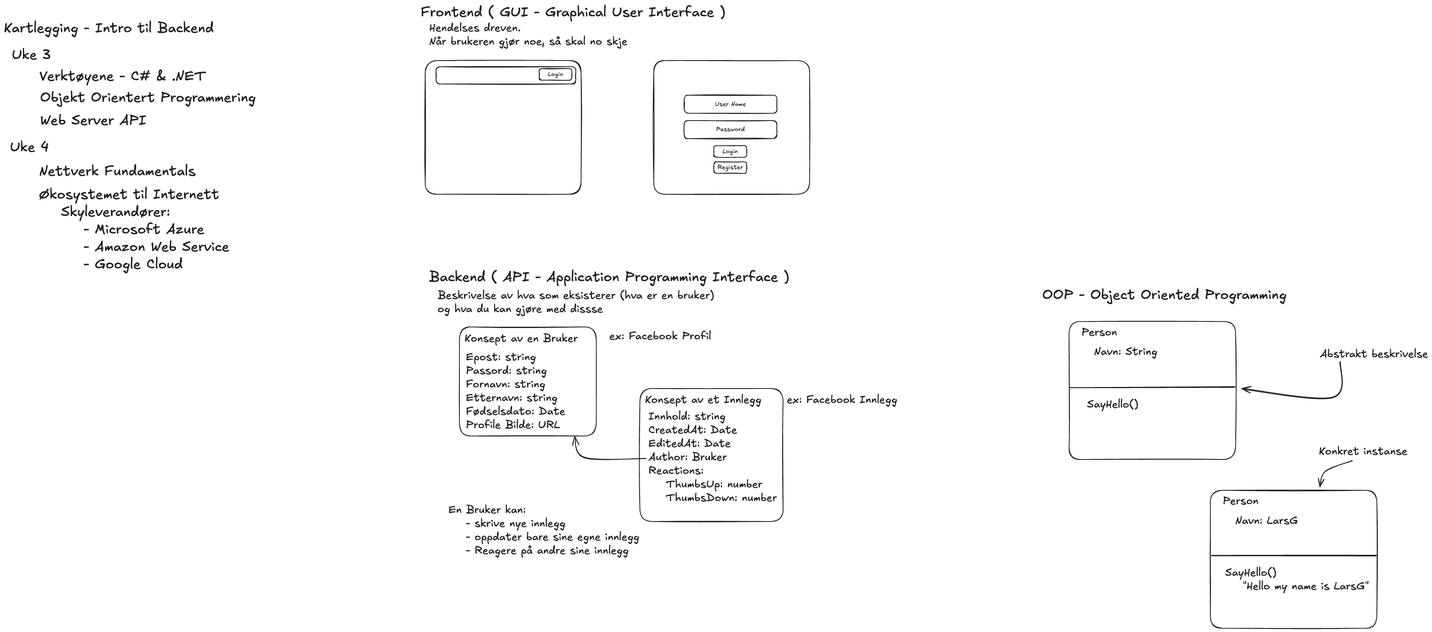
Before: docs/backend-introduction.excalidraw.png, a diagram exported from Excalidraw (LarsGJobloop/2025-11-17-kartlegging). Source tidied: one line per element, renumbered; positions are measured from the earlier drawing's top-left corner, leaving out a move shared by most shapes. Its diagram source:
```json
{"id": 0, "type": "text", "text": "Kartlegging - Intro til Backend", "strokeColor": "#1e1e1e", "strokeWidth": 2, "roughness": 1, "fontSize": 36, "fontFamily": 5, "x": 0, "y": 42, "width": 542, "height": 45}
{"id": 1, "type": "text", "text": "Uke 3", "strokeColor": "#1e1e1e", "strokeWidth": 2, "roughness": 1, "fontSize": 36, "fontFamily": 5, "x": 21, "y": 110, "width": 101, "height": 45}
{"id": 2, "type": "text", "text": "Verktøyene - C# & .NET", "strokeColor": "#1e1e1e", "strokeWidth": 2, "roughness": 1, "fontSize": 36, "fontFamily": 5, "x": 92, "y": 165, "width": 430, "height": 45}
{"id": 3, "type": "text", "text": "Nettverk Fundamentals", "strokeColor": "#1e1e1e", "strokeWidth": 2, "roughness": 1, "fontSize": 36, "fontFamily": 5, "x": 91, "y": 411, "width": 404, "height": 45}
{"id": 4, "type": "text", "text": "Økosystemet til Internett\n    Skyleverandører:\n        - Microsoft Azure\n        - Amazon Web Service\n        - Google Cloud", "strokeColor": "#1e1e1e", "strokeWidth": 2, "roughness": 1, "fontSize": 36, "fontFamily": 5, "x": 90, "y": 470, "width": 492, "height": 225}
{"id": 5, "type": "text", "text": "Objekt Orientert Programmering", "strokeColor": "#1e1e1e", "strokeWidth": 2, "roughness": 1, "fontSize": 36, "fontFamily": 5, "x": 94, "y": 220, "width": 556, "height": 45}
{"id": 6, "type": "text", "text": "Web Server API", "strokeColor": "#1e1e1e", "strokeWidth": 2, "roughness": 1, "fontSize": 36, "fontFamily": 5, "x": 94, "y": 280, "width": 274, "height": 45}
{"id": 7, "type": "text", "text": "Uke 4", "strokeColor": "#1e1e1e", "strokeWidth": 2, "roughness": 1, "fontSize": 36, "fontFamily": 5, "x": 16, "y": 348, "width": 100, "height": 45}
{"id": 8, "type": "rectangle", "strokeColor": "#1e1e1e", "strokeWidth": 2, "roughness": 1, "round": true, "x": 1087, "y": 146, "width": 402, "height": 345}
{"id": 9, "type": "rectangle", "strokeColor": "#1e1e1e", "strokeWidth": 2, "roughness": 1, "round": true, "x": 1677, "y": 146, "width": 402, "height": 345}
{"id": 10, "type": "text", "text": "Frontend ( GUI - Graphical User Interface )", "strokeColor": "#1e1e1e", "strokeWidth": 2, "roughness": 1, "fontSize": 36, "fontFamily": 5, "x": 1075, "y": 0, "width": 786, "height": 45}
{"id": 11, "type": "text", "text": "Backend ( API - Application Programming Interface )", "strokeColor": "#1e1e1e", "strokeWidth": 2, "roughness": 1, "fontSize": 36, "fontFamily": 5, "x": 1097, "y": 684, "width": 929, "height": 45}
{"id": 12, "type": "text", "text": "OOP - Object Oriented Programming", "strokeColor": "#1e1e1e", "strokeWidth": 2, "roughness": 1, "fontSize": 36, "fontFamily": 5, "x": 2679, "y": 729, "width": 630, "height": 45}
{"id": 13, "type": "text", "text": "Hendelses dreven.\nNår brukeren gjør noe, så skal no skje", "strokeColor": "#1e1e1e", "strokeWidth": 2, "roughness": 1, "fontSize": 28, "fontFamily": 5, "x": 1097, "y": 45, "width": 511, "height": 70}
{"id": 14, "type": "text", "text": "Beskrivelse av hva som eksisterer (hva er en bruker)\nog hva du kan gjøre med dissse", "strokeColor": "#1e1e1e", "strokeWidth": 2, "roughness": 1, "fontSize": 28, "fontFamily": 5, "x": 1119, "y": 735, "width": 714, "height": 70}
{"id": 15, "type": "text", "text": "En Bruker kan:\n    - skrive nye innlegg\n    - oppdater bare sine egne innlegg\n    - Reagere på andre sine innlegg", "strokeColor": "#1e1e1e", "strokeWidth": 2, "roughness": 1, "fontSize": 28, "fontFamily": 5, "x": 1147, "y": 1288, "width": 493, "height": 140}
{"id": 16, "type": "rectangle", "strokeColor": "#1e1e1e", "strokeWidth": 2, "roughness": 1, "round": true, "x": 1115, "y": 162, "width": 361, "height": 45}
{"id": 17, "type": "rectangle", "strokeColor": "#1e1e1e", "strokeWidth": 2, "roughness": 1, "round": true, "x": 1381, "y": 167, "width": 84, "height": 30}
{"id": 18, "type": "text", "text": "Login", "strokeColor": "#1e1e1e", "strokeWidth": 2, "roughness": 1, "fontSize": 16, "fontFamily": 5, "textAlign": "center", "verticalAlign": "middle", "inside": 17, "x": 1403, "y": 172, "width": 39, "height": 20}
{"id": 19, "type": "rectangle", "strokeColor": "#1e1e1e", "strokeWidth": 2, "roughness": 1, "round": true, "x": 1832, "y": 366, "width": 84, "height": 30}
{"id": 20, "type": "text", "text": "Login", "strokeColor": "#1e1e1e", "strokeWidth": 2, "roughness": 1, "fontSize": 16, "fontFamily": 5, "textAlign": "center", "verticalAlign": "middle", "inside": 19, "x": 1854, "y": 371, "width": 39, "height": 20}
{"id": 21, "type": "rectangle", "strokeColor": "#1e1e1e", "strokeWidth": 2, "roughness": 1, "round": true, "x": 1832, "y": 407, "width": 84, "height": 30}
{"id": 22, "type": "text", "text": "Register", "strokeColor": "#1e1e1e", "strokeWidth": 2, "roughness": 1, "fontSize": 16, "fontFamily": 5, "textAlign": "center", "verticalAlign": "middle", "inside": 21, "x": 1841, "y": 412, "width": 66, "height": 20}
{"id": 23, "type": "rectangle", "strokeColor": "#1e1e1e", "strokeWidth": 2, "roughness": 1, "round": true, "x": 1755, "y": 236, "width": 239, "height": 47}
{"id": 24, "type": "text", "text": "User Name", "strokeColor": "#1e1e1e", "strokeWidth": 2, "roughness": 1, "fontSize": 16, "fontFamily": 5, "textAlign": "center", "verticalAlign": "middle", "inside": 23, "x": 1834, "y": 249, "width": 80, "height": 20}
{"id": 25, "type": "rectangle", "strokeColor": "#1e1e1e", "strokeWidth": 2, "roughness": 1, "round": true, "x": 1755, "y": 301, "width": 239, "height": 47}
{"id": 26, "type": "text", "text": "Password", "strokeColor": "#1e1e1e", "strokeWidth": 2, "roughness": 1, "fontSize": 16, "fontFamily": 5, "textAlign": "center", "verticalAlign": "middle", "inside": 25, "x": 1837, "y": 314, "width": 74, "height": 20}
{"id": 27, "type": "rectangle", "strokeColor": "#1e1e1e", "strokeWidth": 2, "roughness": 1, "round": true, "x": 1175, "y": 833, "width": 353, "height": 281}
{"id": 28, "type": "rectangle", "strokeColor": "#1e1e1e", "strokeWidth": 2, "roughness": 1, "round": true, "x": 1641, "y": 992, "width": 369, "height": 343}
{"id": 29, "type": "text", "text": "Konsept av en Bruker", "strokeColor": "#1e1e1e", "strokeWidth": 2, "roughness": 1, "fontSize": 28, "fontFamily": 5, "x": 1189, "y": 846, "width": 292, "height": 35}
{"id": 30, "type": "text", "text": "Konsept av et Innlegg", "strokeColor": "#1e1e1e", "strokeWidth": 2, "roughness": 1, "fontSize": 28, "fontFamily": 5, "x": 1654, "y": 1004, "width": 300, "height": 35}
{"id": 31, "type": "text", "text": "ex: Facebook Profil", "strokeColor": "#1e1e1e", "strokeWidth": 2, "roughness": 1, "fontSize": 28, "fontFamily": 5, "x": 1562, "y": 840, "width": 263, "height": 35}
{"id": 32, "type": "text", "text": "ex: Facebook Innlegg", "strokeColor": "#1e1e1e", "strokeWidth": 2, "roughness": 1, "fontSize": 28, "fontFamily": 5, "x": 2020, "y": 1004, "width": 285, "height": 35}
{"id": 33, "type": "text", "text": "Epost: string\nPassord: string\nFornavn: string\nEtternavn: string\nFødselsdato: Date\nProfile Bilde: URL", "strokeColor": "#1e1e1e", "strokeWidth": 2, "roughness": 1, "fontSize": 28, "fontFamily": 5, "x": 1192, "y": 894, "width": 256, "height": 210}
{"id": 34, "type": "text", "text": "Innhold: string\nCreatedAt: Date\nEditedAt: Date\nAuthor: Bruker\nReactions:\n    ThumbsUp: number\n    ThumbsDown: number", "strokeColor": "#1e1e1e", "strokeWidth": 2, "roughness": 1, "fontSize": 28, "fontFamily": 5, "x": 1663, "y": 1048, "width": 331, "height": 245}
{"id": 35, "type": "arrow", "strokeColor": "#1e1e1e", "strokeWidth": 2, "roughness": 1, "endArrowhead": "arrow", "round": true, "from": 34, "to": 33, "x": 1657, "y": 1172, "width": 185, "height": 56, "points": [[0, 0], [-158, -3], [-185, -56]]}
{"id": 36, "type": "rectangle", "strokeColor": "#1e1e1e", "strokeWidth": 2, "roughness": 1, "round": true, "x": 2748, "y": 819, "width": 429, "height": 356}
{"id": 37, "type": "rectangle", "strokeColor": "#1e1e1e", "strokeWidth": 2, "roughness": 1, "round": true, "x": 3112, "y": 1255, "width": 429, "height": 356}
{"id": 38, "type": "text", "text": "Navn: String", "strokeColor": "#1e1e1e", "strokeWidth": 2, "roughness": 1, "fontSize": 28, "fontFamily": 5, "x": 2812, "y": 880, "width": 163, "height": 35}
{"id": 39, "type": "text", "text": "Navn: LarsG", "strokeColor": "#1e1e1e", "strokeWidth": 2, "roughness": 1, "fontSize": 28, "fontFamily": 5, "x": 3177, "y": 1316, "width": 161, "height": 35}
{"id": 40, "type": "text", "text": "SayHello()", "strokeColor": "#1e1e1e", "strokeWidth": 2, "roughness": 1, "fontSize": 28, "fontFamily": 5, "x": 2794, "y": 1017, "width": 132, "height": 35}
{"id": 41, "type": "text", "text": "SayHello()\n    \"Hello my name is LarsG\" ", "strokeColor": "#1e1e1e", "strokeWidth": 2, "roughness": 1, "fontSize": 28, "fontFamily": 5, "x": 3151, "y": 1451, "width": 382, "height": 70}
{"id": 42, "type": "text", "text": "Person", "strokeColor": "#1e1e1e", "strokeWidth": 2, "roughness": 1, "fontSize": 28, "fontFamily": 5, "x": 2780, "y": 830, "width": 92, "height": 35}
{"id": 43, "type": "text", "text": "Person", "strokeColor": "#1e1e1e", "strokeWidth": 2, "roughness": 1, "fontSize": 28, "fontFamily": 5, "x": 3145, "y": 1265, "width": 92, "height": 35}
{"id": 44, "type": "line", "strokeColor": "#1e1e1e", "strokeWidth": 2, "roughness": 1, "round": true, "x": 2751, "y": 989, "width": 425, "height": 0, "points": [[0, 0], [425, 0]]}
{"id": 45, "type": "line", "strokeColor": "#1e1e1e", "strokeWidth": 2, "roughness": 1, "round": true, "x": 3116, "y": 1424, "width": 425, "height": 0, "points": [[0, 0], [425, 0]]}
{"id": 46, "type": "text", "text": "Abstrakt beskrivelse", "strokeColor": "#1e1e1e", "strokeWidth": 2, "roughness": 1, "fontSize": 28, "fontFamily": 5, "x": 3395, "y": 886, "width": 279, "height": 35}
{"id": 47, "type": "text", "text": "Konkret instanse", "strokeColor": "#1e1e1e", "strokeWidth": 2, "roughness": 1, "fontSize": 28, "fontFamily": 5, "x": 3392, "y": 1137, "width": 229, "height": 35}
{"id": 48, "type": "arrow", "strokeColor": "#1e1e1e", "strokeWidth": 2, "roughness": 1, "endArrowhead": "arrow", "round": true, "from": 46, "to": 36, "x": 3448, "y": 924, "width": 255, "height": 92, "points": [[0, 0], [-21, 92], [-255, 70]]}
{"id": 49, "type": "arrow", "strokeColor": "#1e1e1e", "strokeWidth": 2, "roughness": 1, "endArrowhead": "arrow", "round": true, "from": 47, "to": 37, "x": 3479, "y": 1177, "width": 83, "height": 69, "points": [[0, 0], [-70, 28], [-83, 69]]}
```
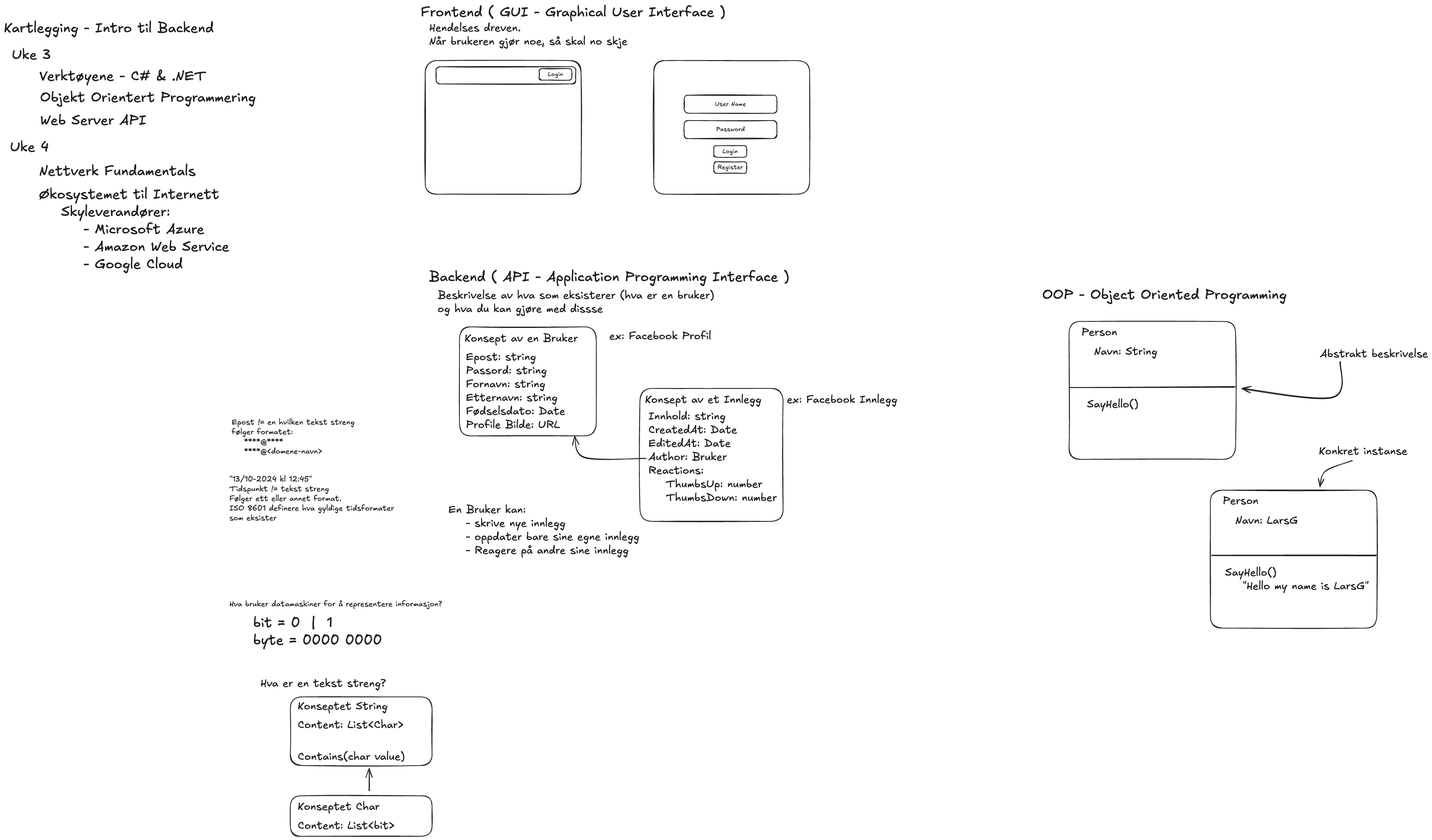
After the commit.

Commit message:
update sketch from intro lecture

Change to the diagram source:
```diff
@@ -48,3 +48,16 @@
 {"id": 47, "type": "text", "text": "Konkret instanse", "strokeColor": "#1e1e1e", "strokeWidth": 2, "roughness": 1, "fontSize": 28, "fontFamily": 5, "x": 3392, "y": 1137, "width": 229, "height": 35}
 {"id": 48, "type": "arrow", "strokeColor": "#1e1e1e", "strokeWidth": 2, "roughness": 1, "endArrowhead": "arrow", "round": true, "from": 46, "to": 36, "x": 3448, "y": 924, "width": 255, "height": 92, "points": [[0, 0], [-21, 92], [-255, 70]]}
 {"id": 49, "type": "arrow", "strokeColor": "#1e1e1e", "strokeWidth": 2, "roughness": 1, "endArrowhead": "arrow", "round": true, "from": 47, "to": 37, "x": 3479, "y": 1177, "width": 83, "height": 69, "points": [[0, 0], [-70, 28], [-83, 69]]}
+{"id": 50, "type": "text", "text": "Epost != en hvilken tekst streng\nfølger formatet:\n    ****@****\n    ****@<domene-navn>", "strokeColor": "#1e1e1e", "strokeWidth": 2, "roughness": 1, "fontSize": 20, "fontFamily": 5, "x": 588, "y": 1068, "width": 317, "height": 100}
+{"id": 51, "type": "text", "text": "\"13/10-2024 kl 12:45\"\nTidspunkt != tekst streng\nFølger ett eller annet format.\nISO 8601 definere hva gyldige tidsformater\nsom eksister", "strokeColor": "#1e1e1e", "strokeWidth": 2, "roughness": 1, "fontSize": 20, "fontFamily": 5, "x": 582, "y": 1215, "width": 425, "height": 125}
+{"id": 52, "type": "text", "text": "Hva bruker datamaskiner for å representere informasjon?", "strokeColor": "#1e1e1e", "strokeWidth": 2, "roughness": 1, "fontSize": 20, "fontFamily": 5, "x": 582, "y": 1536, "width": 549, "height": 25}
+{"id": 53, "type": "text", "text": "bit = 0  |  1\nbyte = 0000 0000", "strokeColor": "#1e1e1e", "strokeWidth": 2, "roughness": 1, "fontSize": 36, "fontFamily": 5, "x": 643, "y": 1575, "width": 333, "height": 90}
+{"id": 54, "type": "text", "text": "Hva er en tekst streng?", "strokeColor": "#1e1e1e", "strokeWidth": 2, "roughness": 1, "fontSize": 28, "fontFamily": 5, "x": 662, "y": 1736, "width": 323, "height": 35}
+{"id": 55, "type": "text", "text": "Konseptet String", "strokeColor": "#1e1e1e", "strokeWidth": 2, "roughness": 1, "fontSize": 28, "fontFamily": 5, "x": 758, "y": 1795, "width": 232, "height": 35}
+{"id": 56, "type": "text", "text": "Konseptet Char", "strokeColor": "#1e1e1e", "strokeWidth": 2, "roughness": 1, "fontSize": 28, "fontFamily": 5, "x": 758, "y": 2054, "width": 211, "height": 35}
+{"id": 57, "type": "text", "text": "Content: List<Char>", "strokeColor": "#1e1e1e", "strokeWidth": 2, "roughness": 1, "fontSize": 28, "fontFamily": 5, "x": 758, "y": 1844, "width": 273, "height": 35}
+{"id": 58, "type": "text", "text": "Content: List<bit>", "strokeColor": "#1e1e1e", "strokeWidth": 2, "roughness": 1, "fontSize": 28, "fontFamily": 5, "x": 758, "y": 2103, "width": 250, "height": 35}
+{"id": 59, "type": "text", "text": "Contains(char value)", "strokeColor": "#1e1e1e", "strokeWidth": 2, "roughness": 1, "fontSize": 28, "fontFamily": 5, "x": 758, "y": 1925, "width": 277, "height": 35}
+{"id": 60, "type": "rectangle", "strokeColor": "#1e1e1e", "strokeWidth": 2, "roughness": 1, "round": true, "x": 739, "y": 1788, "width": 366, "height": 177}
+{"id": 61, "type": "rectangle", "strokeColor": "#1e1e1e", "strokeWidth": 2, "roughness": 1, "round": true, "x": 739, "y": 2043, "width": 366, "height": 104}
+{"id": 62, "type": "arrow", "strokeColor": "#1e1e1e", "strokeWidth": 2, "roughness": 1, "endArrowhead": "arrow", "round": true, "from": 61, "to": 60, "x": 942, "y": 2030, "width": 0, "height": 58, "points": [[0, 0], [0, -58]]}
```
